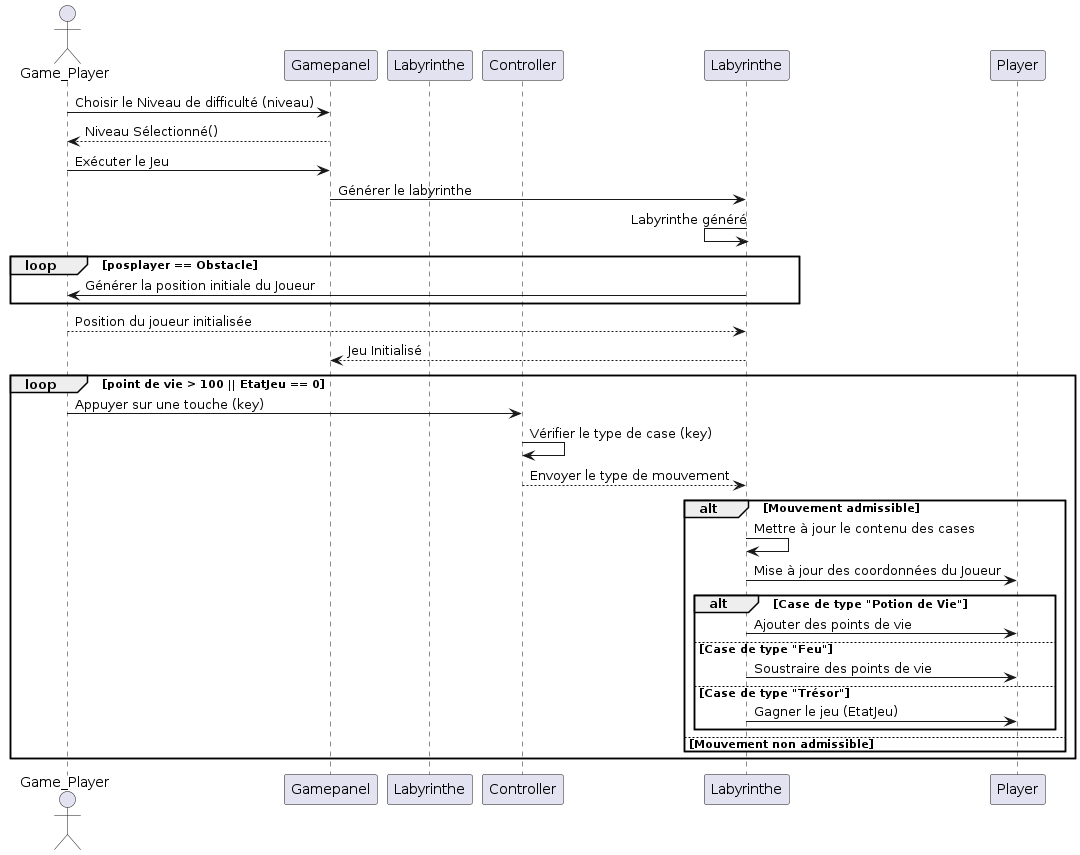
walidbrini/ACL-2023-UL-MAX keeps this PlantUML diagram as Documents/sprint2/Diagramme_de_sequence_jeu_detaillé.png. Above is the earlier version.
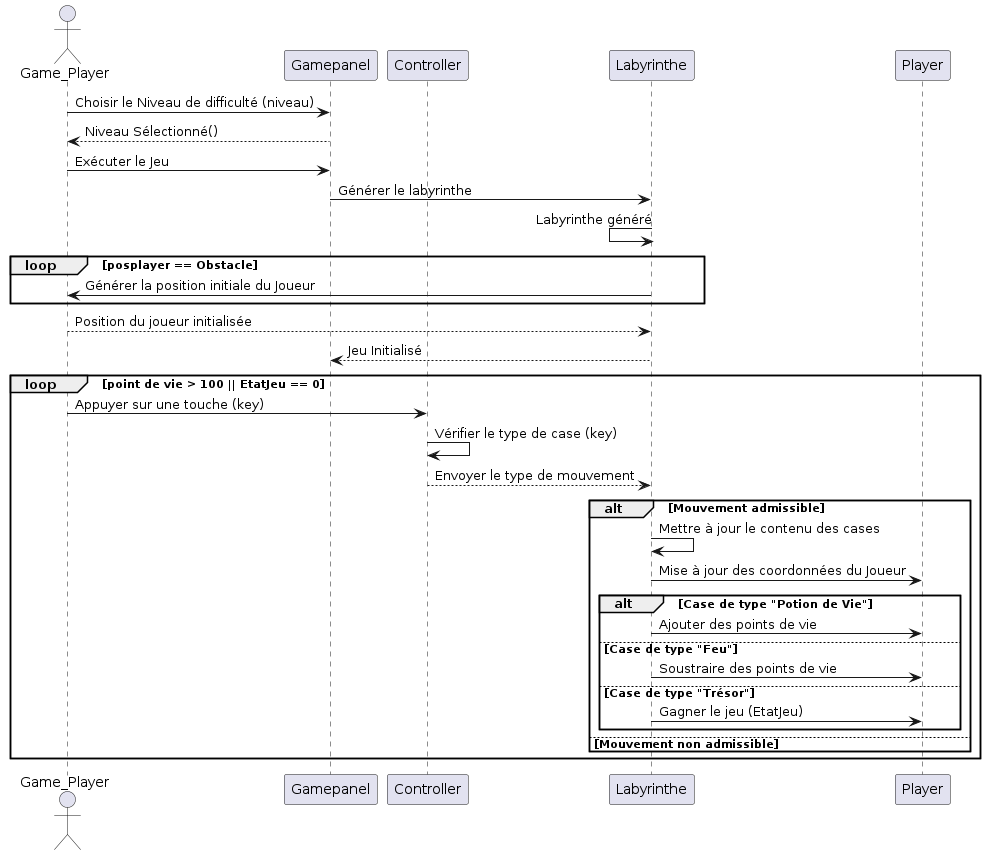
Above is the later version.

What changed in the source:
```diff
@@ -1,7 +1,6 @@
 @startuml
 actor Game_Player as Gamer
 participant Gamepanel as Game_Panel
-participant Labyrinthe as Labyrinth
 participant Controller as Controller
 
 Gamer -> Game_Panel: Choisir le Niveau de difficulté (niveau)
```
